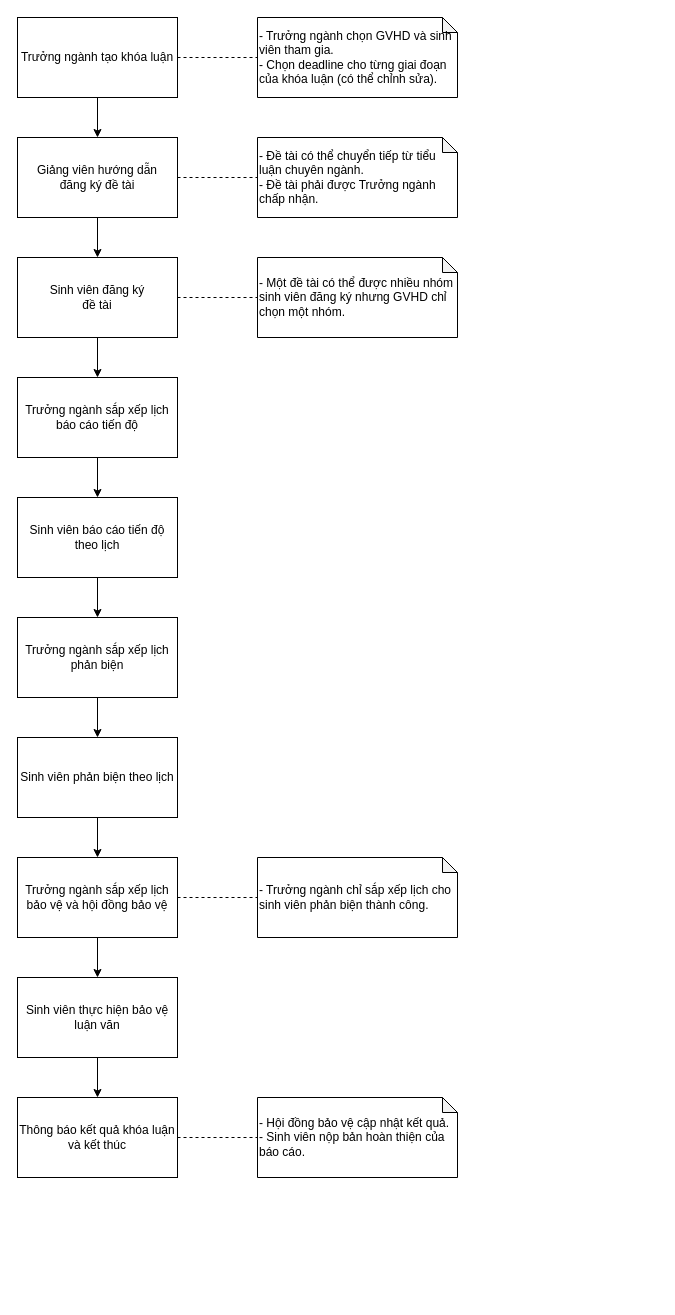
This is page "Main flow" (13 of 14) of docs/diagrams/usecase.drawio from doonpy/grasis, a draw.io file, before an edit. Source tidied: cells renumbered, new cells numbered last; positions are measured from the earlier drawing's top-left corner, leaving out a move shared by most shapes. Both pictures are drawn from the tidied source at 100%, with x=0, y=0 at pixel (17, 17).
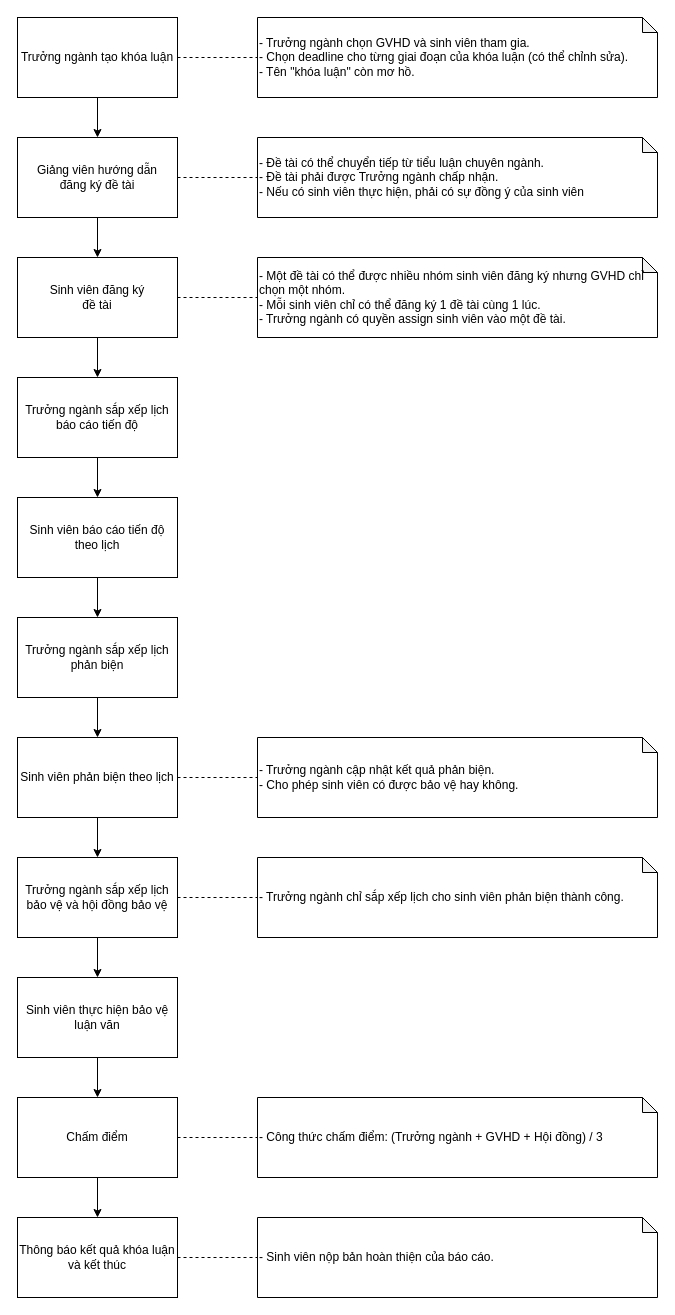
Above is the later version.

Unchanged cells that the change refers to:
```xml
<mxCell id="18" value="Sinh viên phản biện theo lịch" style="rounded=0;whiteSpace=wrap;html=1;align=center;" parent="1" vertex="1">
  <mxGeometry y="720" width="160" height="80" as="geometry" />
</mxCell>
<mxCell id="23" value="Sinh viên thực hiện bảo vệ luận văn" style="rounded=0;whiteSpace=wrap;html=1;align=center;" parent="1" vertex="1">
  <mxGeometry y="960" width="160" height="80" as="geometry" />
</mxCell>
```

Diff of the diagram source:
```diff
@@
-    <mxCell id="22" style="edgeStyle=none;rounded=0;jettySize=auto;html=1;exitX=0.5;exitY=1;exitDx=0;exitDy=0;entryX=0.5;entryY=0;entryDx=0;entryDy=0;startArrow=none;startFill=0;endArrow=classic;endFill=1;strokeWidth=1;" parent="1" edge="1" source="23" target="25">
+    <mxCell id="22" style="edgeStyle=none;rounded=0;jettySize=auto;html=1;exitX=0.5;exitY=1;exitDx=0;exitDy=0;entryX=0.5;entryY=0;entryDx=0;entryDy=0;startArrow=none;startFill=0;endArrow=classic;endFill=1;strokeWidth=1;" parent="1" edge="1" source="23" target="35">
       <mxGeometry relative="1" as="geometry" />
     </mxCell>
@@
     <mxCell id="25" value="Thông báo kết quả khóa luận và kết thúc" style="rounded=0;whiteSpace=wrap;html=1;align=center;" parent="1" vertex="1">
-      <mxGeometry y="1080" width="160" height="80" as="geometry" />
+      <mxGeometry y="1200" width="160" height="80" as="geometry" />
     </mxCell>
-    <mxCell id="26" value="- Trưởng ngành chọn GVHD và sinh viên tham gia.&lt;br&gt;- Chọn deadline cho từng giai đoạn của khóa luận (có thể chỉnh sửa)." style="shape=note;whiteSpace=wrap;html=1;backgroundOutline=1;darkOpacity=0.05;align=left;size=15;" parent="1" vertex="1">
-      <mxGeometry x="240" width="200" height="80" as="geometry" />
+    <mxCell id="26" value="- Trưởng ngành chọn GVHD và sinh viên tham gia.&lt;br&gt;- Chọn deadline cho từng giai đoạn của khóa luận (có thể chỉnh sửa).&lt;br&gt;- Tên &quot;khóa luận&quot; còn mơ hồ." style="shape=note;whiteSpace=wrap;html=1;backgroundOutline=1;darkOpacity=0.05;align=left;size=15;" parent="1" vertex="1">
+      <mxGeometry x="240" width="400" height="80" as="geometry" />
     </mxCell>
-    <mxCell id="27" value="- Đề tài có thể chuyển tiếp từ tiểu luận chuyên ngành.&lt;br&gt;- Đề tài phải được Trưởng ngành chấp nhận." style="shape=note;whiteSpace=wrap;html=1;backgroundOutline=1;darkOpacity=0.05;align=left;size=15;" parent="1" vertex="1">
-      <mxGeometry x="240" y="120" width="200" height="80" as="geometry" />
+    <mxCell id="27" value="- Đề tài có thể chuyển tiếp từ tiểu luận chuyên ngành.&lt;br&gt;- Đề tài phải được Trưởng ngành chấp nhận.&lt;br&gt;- Nếu có sinh viên thực hiện, phải có sự đồng ý của sinh viên" style="shape=note;whiteSpace=wrap;html=1;backgroundOutline=1;darkOpacity=0.05;align=left;size=15;" parent="1" vertex="1">
+      <mxGeometry x="240" y="120" width="400" height="80" as="geometry" />
     </mxCell>
-    <mxCell id="28" value="- Một đề tài có thể được nhiều nhóm sinh viên đăng ký nhưng GVHD chỉ chọn một nhóm." style="shape=note;whiteSpace=wrap;html=1;backgroundOutline=1;darkOpacity=0.05;align=left;size=15;" parent="1" vertex="1">
-      <mxGeometry x="240" y="240" width="200" height="80" as="geometry" />
+    <mxCell id="28" value="- Một đề tài có thể được nhiều nhóm sinh viên đăng ký nhưng GVHD chỉ chọn một nhóm.&lt;br&gt;- Mỗi sinh viên chỉ có thể đăng ký 1 đề tài cùng 1 lúc.&lt;br&gt;- Trưởng ngành có quyền assign sinh viên vào một đề tài." style="shape=note;whiteSpace=wrap;html=1;backgroundOutline=1;darkOpacity=0.05;align=left;size=15;" parent="1" vertex="1">
+      <mxGeometry x="240" y="240" width="400" height="80" as="geometry" />
     </mxCell>
     <mxCell id="29" value="- Trưởng ngành chỉ sắp xếp lịch cho sinh viên phản biện thành công." style="shape=note;whiteSpace=wrap;html=1;backgroundOutline=1;darkOpacity=0.05;align=left;size=15;" parent="1" vertex="1">
-      <mxGeometry x="240" y="840" width="200" height="80" as="geometry" />
+      <mxGeometry x="240" y="840" width="400" height="80" as="geometry" />
     </mxCell>
-    <mxCell id="30" value="- Hội đồng bảo vệ cập nhật kết quả.&lt;br&gt;- Sinh viên nộp bản hoàn thiện của báo cáo." style="shape=note;whiteSpace=wrap;html=1;backgroundOutline=1;darkOpacity=0.05;align=left;size=15;" parent="1" vertex="1">
-      <mxGeometry x="240" y="1080" width="200" height="80" as="geometry" />
+    <mxCell id="30" value="- Sinh viên nộp bản hoàn thiện của báo cáo." style="shape=note;whiteSpace=wrap;html=1;backgroundOutline=1;darkOpacity=0.05;align=left;size=15;" parent="1" vertex="1">
+      <mxGeometry x="240" y="1200" width="400" height="80" as="geometry" />
     </mxCell>
+    <mxCell id="31" style="edgeStyle=none;rounded=0;jettySize=auto;html=1;entryX=0;entryY=0.5;entryDx=0;entryDy=0;entryPerimeter=0;dashed=1;startArrow=none;startFill=0;endArrow=none;endFill=0;strokeWidth=1;exitX=1;exitY=0.5;exitDx=0;exitDy=0;" parent="1" edge="1" source="18" target="32">
+      <mxGeometry relative="1" as="geometry" />
+    </mxCell>
+    <mxCell id="32" value="- Trưởng ngành cập nhật kết quả phản biện.&lt;br&gt;- Cho phép sinh viên có được bảo vệ hay không." style="shape=note;whiteSpace=wrap;html=1;backgroundOutline=1;darkOpacity=0.05;align=left;size=15;" parent="1" vertex="1">
+      <mxGeometry x="240" y="720" width="400" height="80" as="geometry" />
+    </mxCell>
+    <mxCell id="33" style="edgeStyle=none;rounded=0;jettySize=auto;html=1;exitX=1;exitY=0.5;exitDx=0;exitDy=0;entryX=0;entryY=0.5;entryDx=0;entryDy=0;entryPerimeter=0;dashed=1;startArrow=none;startFill=0;endArrow=none;endFill=0;strokeWidth=1;" parent="1" edge="1" source="35" target="36">
+      <mxGeometry relative="1" as="geometry" />
+    </mxCell>
+    <mxCell id="34" style="edgeStyle=orthogonalEdgeStyle;rounded=0;jettySize=auto;html=1;exitX=0.5;exitY=1;exitDx=0;exitDy=0;entryX=0.5;entryY=0;entryDx=0;entryDy=0;" parent="1" edge="1" source="35" target="25">
+      <mxGeometry relative="1" as="geometry" />
+    </mxCell>
+    <mxCell id="35" value="Chấm điểm" style="rounded=0;whiteSpace=wrap;html=1;align=center;" parent="1" vertex="1">
+      <mxGeometry y="1080" width="160" height="80" as="geometry" />
+    </mxCell>
+    <mxCell id="36" value="- Công thức chấm điểm: (Trưởng ngành + GVHD + Hội đồng) / 3" style="shape=note;whiteSpace=wrap;html=1;backgroundOutline=1;darkOpacity=0.05;align=left;size=15;" parent="1" vertex="1">
+      <mxGeometry x="240" y="1080" width="400" height="80" as="geometry" />
+    </mxCell>
```
